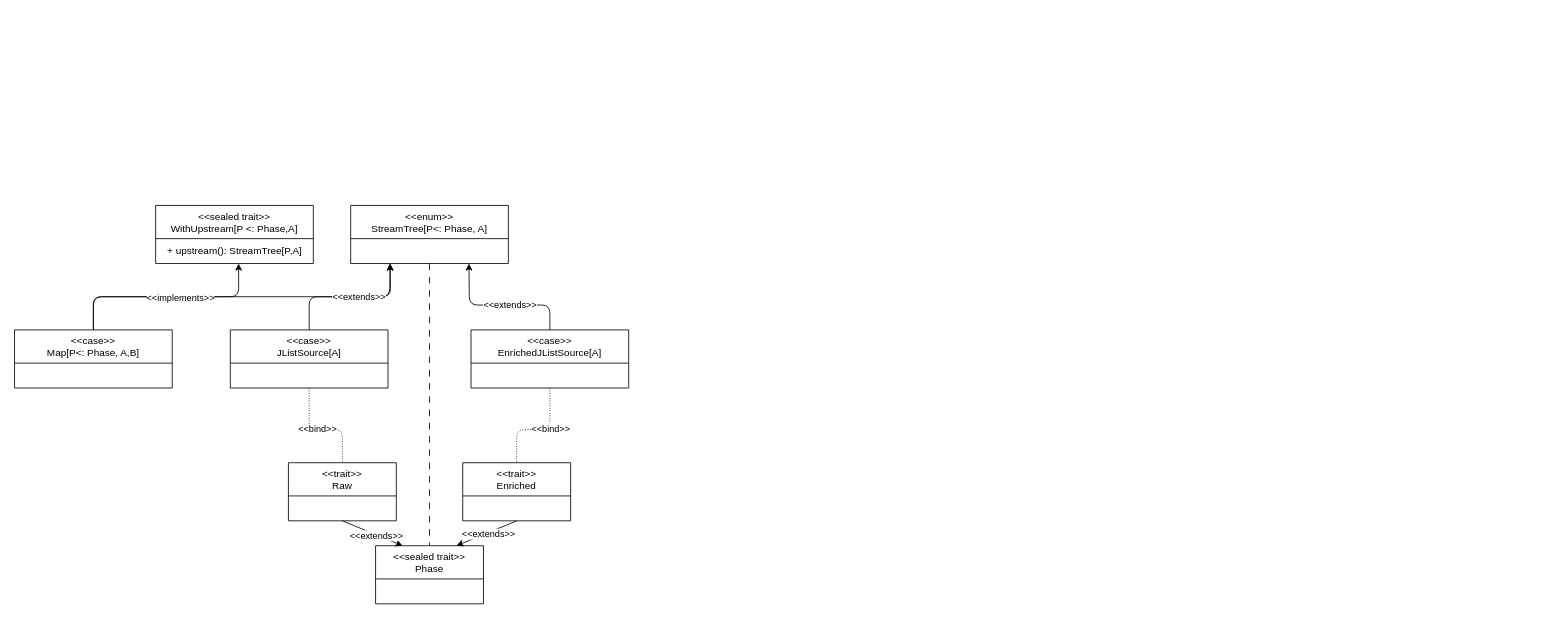
Above: relazione/drawio/streamIr.drawio in leorm2002/stream-fusion (draw.io), before the change. Source tidied: cells renumbered, new cells numbered last; positions are measured from the earlier drawing's top-left corner, leaving out a move shared by most shapes. Both pictures are drawn from the tidied source at 83%, with x=0, y=0 at pixel (14, 205).
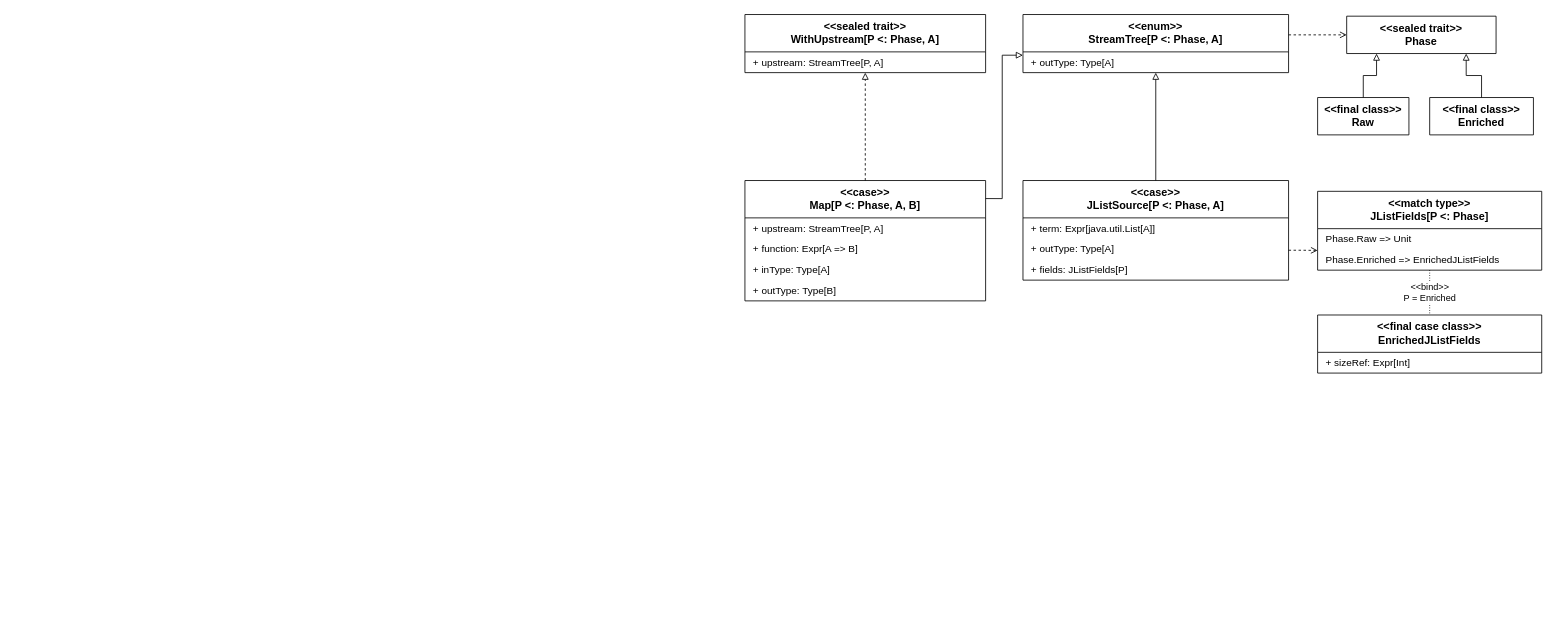
The same diagram, later.

The edit, as a diff of the source:
```diff
@@
-    <mxCell id="2" value="&amp;lt;&amp;lt;sealed trait&amp;gt;&amp;gt;&lt;br&gt;WithUpstream[P &amp;lt;: Phase,A]" style="swimlane;fontStyle=0;align=center;verticalAlign=top;horizontal=1;startSize=40;html=1;whiteSpace=wrap;" parent="1" vertex="1">
-      <mxGeometry x="170" width="190" height="70" as="geometry" />
+    <mxCell id="2" value="&amp;lt;&amp;lt;sealed trait&amp;gt;&amp;gt;&lt;br&gt;&lt;b&gt;WithUpstream[P &amp;lt;: Phase, A]&lt;/b&gt;" style="swimlane;html=1;whiteSpace=wrap;startSize=45;horizontal=1;align=center;verticalAlign=top;fontSize=13;fillColor=#ffffff;strokeColor=#000000;" parent="1" vertex="1">
+      <mxGeometry x="880" y="-230" width="290" height="70" as="geometry" />
     </mxCell>
-    <mxCell id="3" value="+ upstream(): StreamTree[P,A]" style="text;html=1;align=center;verticalAlign=middle;strokeColor=none;fillColor=none;" parent="2" vertex="1">
-      <mxGeometry y="40" width="190" height="30" as="geometry" />
-    </mxCell>
+    <mxCell id="5" value="+ upstream: StreamTree[P, A]" style="text;html=1;whiteSpace=wrap;align=left;verticalAlign=middle;spacingLeft=8;spacingRight=8;strokeColor=none;fillColor=none;fontSize=12;" parent="2" vertex="1">
+      <mxGeometry y="45" width="290" height="25" as="geometry" />
+    </mxCell>
+    <mxCell id="10" value="&amp;lt;&amp;lt;enum&amp;gt;&amp;gt;&lt;br&gt;&lt;b&gt;StreamTree[P &amp;lt;: Phase, A]&lt;/b&gt;" style="swimlane;html=1;whiteSpace=wrap;startSize=45;horizontal=1;align=center;verticalAlign=top;fontSize=13;fillColor=#ffffff;strokeColor=#000000;" parent="1" vertex="1">
+      <mxGeometry x="1215" y="-230" width="320" height="70" as="geometry" />
+    </mxCell>
+    <mxCell id="11" value="+ outType: Type[A]" style="text;html=1;whiteSpace=wrap;align=left;verticalAlign=middle;spacingLeft=8;spacingRight=8;strokeColor=none;fillColor=none;fontSize=12;" parent="10" vertex="1">
+      <mxGeometry y="45" width="320" height="25" as="geometry" />
+    </mxCell>
+    <mxCell id="27" value="&amp;lt;&amp;lt;sealed trait&amp;gt;&amp;gt;&lt;br&gt;&lt;b&gt;Phase&lt;/b&gt;" style="swimlane;html=1;whiteSpace=wrap;startSize=45;horizontal=1;align=center;verticalAlign=top;fontSize=13;fillColor=#ffffff;strokeColor=#000000;" parent="1" vertex="1">
+      <mxGeometry x="1605" y="-228" width="180" height="45" as="geometry" />
+    </mxCell>
+    <mxCell id="28" value="&amp;lt;&amp;lt;final class&amp;gt;&amp;gt;&lt;br&gt;&lt;b&gt;Raw&lt;/b&gt;" style="swimlane;html=1;whiteSpace=wrap;startSize=45;horizontal=1;align=center;verticalAlign=top;fontSize=13;fillColor=#ffffff;strokeColor=#000000;" parent="1" vertex="1">
+      <mxGeometry x="1570" y="-130" width="110" height="45" as="geometry" />
+    </mxCell>
+    <mxCell id="29" value="&amp;lt;&amp;lt;final class&amp;gt;&amp;gt;&lt;br&gt;&lt;b&gt;Enriched&lt;/b&gt;" style="swimlane;html=1;whiteSpace=wrap;startSize=45;horizontal=1;align=center;verticalAlign=top;fontSize=13;fillColor=#ffffff;strokeColor=#000000;" parent="1" vertex="1">
+      <mxGeometry x="1705" y="-130" width="125" height="45" as="geometry" />
+    </mxCell>
+    <mxCell id="14" value="&amp;lt;&amp;lt;case&amp;gt;&amp;gt;&lt;br&gt;&lt;b&gt;Map[P &amp;lt;: Phase, A, B]&lt;/b&gt;" style="swimlane;html=1;whiteSpace=wrap;startSize=45;horizontal=1;align=center;verticalAlign=top;fontSize=13;fillColor=#ffffff;strokeColor=#000000;" parent="1" vertex="1">
+      <mxGeometry x="880" y="-30" width="290" height="145" as="geometry" />
+    </mxCell>
+    <mxCell id="17" value="+ upstream: StreamTree[P, A]" style="text;html=1;whiteSpace=wrap;align=left;verticalAlign=middle;spacingLeft=8;spacingRight=8;strokeColor=none;fillColor=none;fontSize=12;" parent="14" vertex="1">
+      <mxGeometry y="45" width="290" height="25" as="geometry" />
+    </mxCell>
-    <mxCell id="4" style="edgeStyle=none;html=1;exitX=0.5;exitY=1;exitDx=0;exitDy=0;dashed=1;dashPattern=8 8;endArrow=none;endFill=0;" parent="1" edge="1" source="5" target="11">
-      <mxGeometry relative="1" as="geometry" />
+    <mxCell id="4" value="+ function: Expr[A =&amp;gt; B]" style="text;html=1;whiteSpace=wrap;align=left;verticalAlign=middle;spacingLeft=8;spacingRight=8;strokeColor=none;fillColor=none;fontSize=12;" parent="14" vertex="1">
+      <mxGeometry y="70" width="290" height="25" as="geometry" />
     </mxCell>
-    <mxCell id="5" value="&amp;lt;&amp;lt;enum&amp;gt;&amp;gt;&lt;br&gt;StreamTree[P&amp;lt;: Phase, A]" style="swimlane;fontStyle=0;align=center;verticalAlign=top;horizontal=1;startSize=40;html=1;whiteSpace=wrap;" parent="1" vertex="1">
-      <mxGeometry x="405" width="190" height="70" as="geometry" />
-    </mxCell>
+    <mxCell id="30" value="+ inType: Type[A]" style="text;html=1;whiteSpace=wrap;align=left;verticalAlign=middle;spacingLeft=8;spacingRight=8;strokeColor=none;fillColor=none;fontSize=12;" parent="14" vertex="1">
+      <mxGeometry y="95" width="290" height="25" as="geometry" />
+    </mxCell>
+    <mxCell id="21" value="+ outType: Type[B]" style="text;html=1;whiteSpace=wrap;align=left;verticalAlign=middle;spacingLeft=8;spacingRight=8;strokeColor=none;fillColor=none;fontSize=12;" parent="14" vertex="1">
+      <mxGeometry y="120" width="290" height="25" as="geometry" />
+    </mxCell>
+    <mxCell id="26" value="&amp;lt;&amp;lt;case&amp;gt;&amp;gt;&lt;br&gt;&lt;b&gt;JListSource[P &amp;lt;: Phase, A]&lt;/b&gt;" style="swimlane;html=1;whiteSpace=wrap;startSize=45;horizontal=1;align=center;verticalAlign=top;fontSize=13;fillColor=#ffffff;strokeColor=#000000;" parent="1" vertex="1">
+      <mxGeometry x="1215" y="-30" width="320" height="120" as="geometry" />
+    </mxCell>
+    <mxCell id="22" value="+ term: Expr[java.util.List[A]]" style="text;html=1;whiteSpace=wrap;align=left;verticalAlign=middle;spacingLeft=8;spacingRight=8;strokeColor=none;fillColor=none;fontSize=12;" parent="26" vertex="1">
+      <mxGeometry y="45" width="320" height="25" as="geometry" />
+    </mxCell>
+    <mxCell id="31" value="+ outType: Type[A]" style="text;html=1;whiteSpace=wrap;align=left;verticalAlign=middle;spacingLeft=8;spacingRight=8;strokeColor=none;fillColor=none;fontSize=12;" parent="26" vertex="1">
+      <mxGeometry y="70" width="320" height="25" as="geometry" />
+    </mxCell>
+    <mxCell id="32" value="+ fields: JListFields[P]" style="text;html=1;whiteSpace=wrap;align=left;verticalAlign=middle;spacingLeft=8;spacingRight=8;strokeColor=none;fillColor=none;fontSize=12;" parent="26" vertex="1">
+      <mxGeometry y="95" width="320" height="25" as="geometry" />
+    </mxCell>
+    <mxCell id="33" value="&amp;lt;&amp;lt;match type&amp;gt;&amp;gt;&lt;br&gt;&lt;b&gt;JListFields[P &amp;lt;: Phase]&lt;/b&gt;" style="swimlane;html=1;whiteSpace=wrap;startSize=45;horizontal=1;align=center;verticalAlign=top;fontSize=13;fillColor=#ffffff;strokeColor=#000000;" parent="1" vertex="1">
+      <mxGeometry x="1570" y="-17" width="270" height="95" as="geometry" />
+    </mxCell>
-    <mxCell id="6" style="edgeStyle=none;html=1;entryX=0.5;entryY=0;entryDx=0;entryDy=0;endArrow=none;endFill=0;dashed=1;dashPattern=1 2;" parent="1" edge="1" source="10" target="17">
-      <mxGeometry relative="1" as="geometry">
-        <Array as="points">
-          <mxPoint x="645" y="270" />
-          <mxPoint x="605" y="270" />
-        </Array>
-      </mxGeometry>
+    <mxCell id="6" value="Phase.Raw =&amp;gt; Unit" style="text;html=1;whiteSpace=wrap;align=left;verticalAlign=middle;spacingLeft=8;spacingRight=8;strokeColor=none;fillColor=none;fontSize=12;" parent="33" vertex="1">
+      <mxGeometry y="45" width="270" height="25" as="geometry" />
     </mxCell>
-    <mxCell id="7" value="&amp;lt;&amp;lt;bind&amp;gt;&amp;gt;" style="edgeLabel;html=1;align=center;verticalAlign=middle;" parent="6" vertex="1">
-      <mxGeometry x="-0.22" y="-2" relative="1" as="geometry">
-        <mxPoint x="1" as="offset" />
-      </mxGeometry>
+    <mxCell id="7" value="Phase.Enriched =&amp;gt; EnrichedJListFields" style="text;html=1;whiteSpace=wrap;align=left;verticalAlign=middle;spacingLeft=8;spacingRight=8;strokeColor=none;fillColor=none;fontSize=12;" parent="33" vertex="1">
+      <mxGeometry y="70" width="270" height="25" as="geometry" />
     </mxCell>
+    <mxCell id="15" value="&amp;lt;&amp;lt;final case class&amp;gt;&amp;gt;&lt;br&gt;&lt;b&gt;EnrichedJListFields&lt;/b&gt;" style="swimlane;html=1;whiteSpace=wrap;startSize=45;horizontal=1;align=center;verticalAlign=top;fontSize=13;fillColor=#ffffff;strokeColor=#000000;" parent="1" vertex="1">
+      <mxGeometry x="1570" y="132" width="270" height="70" as="geometry" />
+    </mxCell>
+    <mxCell id="34" value="+ sizeRef: Expr[Int]" style="text;html=1;whiteSpace=wrap;align=left;verticalAlign=middle;spacingLeft=8;spacingRight=8;strokeColor=none;fillColor=none;fontSize=12;" parent="15" vertex="1">
+      <mxGeometry y="45" width="270" height="25" as="geometry" />
+    </mxCell>
+    <mxCell id="12" style="edgeStyle=orthogonalEdgeStyle;rounded=0;html=1;fontSize=11;labelBackgroundColor=#ffffff;dashed=1;endArrow=open;endFill=0;exitX=1;exitY=0.35;entryX=0;entryY=0.5;" parent="1" edge="1" source="10" target="27">
+      <mxGeometry relative="1" as="geometry" />
+    </mxCell>
+    <mxCell id="35" style="edgeStyle=orthogonalEdgeStyle;rounded=0;html=1;fontSize=11;labelBackgroundColor=#ffffff;endArrow=block;endFill=0;exitX=0.5;exitY=0;entryX=0.2;entryY=1;" parent="1" edge="1" source="28" target="27">
+      <mxGeometry relative="1" as="geometry" />
+    </mxCell>
+    <mxCell id="13" style="edgeStyle=orthogonalEdgeStyle;rounded=0;html=1;fontSize=11;labelBackgroundColor=#ffffff;endArrow=block;endFill=0;exitX=0.5;exitY=0;entryX=0.8;entryY=1;" parent="1" edge="1" source="29" target="27">
+      <mxGeometry relative="1" as="geometry" />
+    </mxCell>
-    <mxCell id="8" style="edgeStyle=none;html=1;entryX=0.75;entryY=1;entryDx=0;entryDy=0;" parent="1" edge="1" source="10" target="5">
+    <mxCell id="8" style="edgeStyle=orthogonalEdgeStyle;rounded=0;html=1;fontSize=11;labelBackgroundColor=#ffffff;endArrow=block;endFill=0;exitX=1;exitY=0.15;entryX=0;entryY=0.7;" parent="1" edge="1" source="14" target="10">
       <mxGeometry relative="1" as="geometry">
         <Array as="points">
-          <mxPoint x="645" y="120" />
-          <mxPoint x="548" y="120" />
+          <mxPoint x="1190" y="-8" />
+          <mxPoint x="1190" y="-181" />
         </Array>
       </mxGeometry>
     </mxCell>
+    <mxCell id="23" style="edgeStyle=orthogonalEdgeStyle;rounded=0;html=1;fontSize=11;labelBackgroundColor=#ffffff;endArrow=block;endFill=0;dashed=1;exitX=0.5;exitY=0;entryX=0.5;entryY=1;" parent="1" edge="1" source="14" target="2">
+      <mxGeometry relative="1" as="geometry" />
+    </mxCell>
+    <mxCell id="18" style="edgeStyle=orthogonalEdgeStyle;rounded=0;html=1;fontSize=11;labelBackgroundColor=#ffffff;endArrow=block;endFill=0;exitX=0.5;exitY=0;entryX=0.5;entryY=1;" parent="1" edge="1" source="26" target="10">
+      <mxGeometry relative="1" as="geometry" />
+    </mxCell>
+    <mxCell id="24" style="edgeStyle=orthogonalEdgeStyle;rounded=0;html=1;fontSize=11;labelBackgroundColor=#ffffff;dashed=1;endArrow=open;endFill=0;exitX=1;exitY=0.7;entryX=0;entryY=0.75;" parent="1" edge="1" source="26" target="33">
+      <mxGeometry relative="1" as="geometry" />
+    </mxCell>
-    <mxCell id="9" value="&amp;lt;&amp;lt;extends&amp;gt;&amp;gt;" style="edgeLabel;html=1;align=center;verticalAlign=middle;" parent="8" vertex="1">
-      <mxGeometry x="-0.11" y="-1" relative="1" as="geometry" />
+    <mxCell id="9" value="&amp;lt;&amp;lt;bind&amp;gt;&amp;gt;&lt;br&gt;P = Enriched" style="edgeStyle=orthogonalEdgeStyle;rounded=0;html=1;fontSize=11;labelBackgroundColor=#ffffff;dashed=1;endArrow=none;endFill=0;exitX=0.5;exitY=1;entryX=0.5;entryY=0;dashPattern=1 2;" parent="1" edge="1" source="33" target="15">
+      <mxGeometry relative="1" as="geometry" />
     </mxCell>
-    <mxCell id="10" value="&amp;lt;&amp;lt;case&amp;gt;&amp;gt;&lt;br&gt;EnrichedJListSource[A]" style="swimlane;fontStyle=0;align=center;verticalAlign=top;horizontal=1;startSize=40;html=1;whiteSpace=wrap;" parent="1" vertex="1">
-      <mxGeometry x="550" y="150" width="190" height="70" as="geometry" />
-    </mxCell>
-    <mxCell id="11" value="&amp;lt;&amp;lt;sealed trait&amp;gt;&amp;gt;&lt;br&gt;Phase" style="swimlane;fontStyle=0;align=center;verticalAlign=top;horizontal=1;startSize=40;html=1;whiteSpace=wrap;" parent="1" vertex="1">
-      <mxGeometry x="435" y="410" width="130" height="70" as="geometry" />
-    </mxCell>
-    <mxCell id="12" style="edgeStyle=none;html=1;exitX=0.5;exitY=1;exitDx=0;exitDy=0;entryX=0.25;entryY=0;entryDx=0;entryDy=0;" parent="1" edge="1" source="14" target="11">
-      <mxGeometry relative="1" as="geometry" />
-    </mxCell>
-    <mxCell id="13" value="&amp;lt;&amp;lt;extends&amp;gt;&amp;gt;" style="edgeLabel;html=1;align=center;verticalAlign=middle;" parent="12" vertex="1">
-      <mxGeometry x="0.12" y="-1" relative="1" as="geometry" />
-    </mxCell>
-    <mxCell id="14" value="&amp;lt;&amp;lt;trait&amp;gt;&amp;gt;&lt;br&gt;Raw" style="swimlane;fontStyle=0;align=center;verticalAlign=top;horizontal=1;startSize=40;html=1;whiteSpace=wrap;" parent="1" vertex="1">
-      <mxGeometry x="330" y="310" width="130" height="70" as="geometry" />
-    </mxCell>
-    <mxCell id="15" style="edgeStyle=none;html=1;exitX=0.5;exitY=1;exitDx=0;exitDy=0;entryX=0.75;entryY=0;entryDx=0;entryDy=0;" parent="1" edge="1" source="17" target="11">
-      <mxGeometry relative="1" as="geometry" />
-    </mxCell>
-    <mxCell id="16" value="&amp;lt;&amp;lt;extends&amp;gt;&amp;gt;" style="edgeLabel;html=1;align=center;verticalAlign=middle;" parent="15" vertex="1">
-      <mxGeometry x="-0.03" y="1" relative="1" as="geometry" />
-    </mxCell>
-    <mxCell id="17" value="&amp;lt;&amp;lt;trait&amp;gt;&amp;gt;&lt;br&gt;Enriched" style="swimlane;fontStyle=0;align=center;verticalAlign=top;horizontal=1;startSize=40;html=1;whiteSpace=wrap;" parent="1" vertex="1">
-      <mxGeometry x="540" y="310" width="130" height="70" as="geometry" />
-    </mxCell>
-    <mxCell id="18" style="edgeStyle=none;html=1;entryX=0.25;entryY=1;entryDx=0;entryDy=0;" parent="1" edge="1" source="21" target="5">
-      <mxGeometry relative="1" as="geometry">
-        <Array as="points">
-          <mxPoint x="355" y="110" />
-          <mxPoint x="452" y="110" />
-        </Array>
-      </mxGeometry>
-    </mxCell>
-    <mxCell id="19" style="edgeStyle=none;html=1;exitX=0.5;exitY=1;exitDx=0;exitDy=0;entryX=0.5;entryY=0;entryDx=0;entryDy=0;dashed=1;dashPattern=1 2;endArrow=none;endFill=0;" parent="1" edge="1" source="21" target="14">
-      <mxGeometry relative="1" as="geometry">
-        <Array as="points">
-          <mxPoint x="355" y="270" />
-          <mxPoint x="395" y="270" />
-        </Array>
-      </mxGeometry>
-    </mxCell>
-    <mxCell id="20" value="&amp;lt;&amp;lt;bind&amp;gt;&amp;gt;" style="edgeLabel;html=1;align=center;verticalAlign=middle;" parent="19" vertex="1">
-      <mxGeometry x="-0.1" y="1" relative="1" as="geometry" />
-    </mxCell>
-    <mxCell id="21" value="&amp;lt;&amp;lt;case&amp;gt;&amp;gt;&lt;br&gt;JListSource[A]" style="swimlane;fontStyle=0;align=center;verticalAlign=top;horizontal=1;startSize=40;html=1;whiteSpace=wrap;" parent="1" vertex="1">
-      <mxGeometry x="260" y="150" width="190" height="70" as="geometry" />
-    </mxCell>
-    <mxCell id="22" style="edgeStyle=none;html=1;" parent="1" edge="1" source="26">
-      <mxGeometry relative="1" as="geometry">
-        <mxPoint x="270" y="70" as="targetPoint" />
-        <Array as="points">
-          <mxPoint x="95" y="110" />
-          <mxPoint x="270" y="110" />
-        </Array>
-      </mxGeometry>
-    </mxCell>
-    <mxCell id="23" style="edgeStyle=none;html=1;entryX=0.25;entryY=1;entryDx=0;entryDy=0;" parent="1" edge="1" source="26" target="5">
-      <mxGeometry relative="1" as="geometry">
-        <Array as="points">
-          <mxPoint x="95" y="110" />
-          <mxPoint x="453" y="110" />
-        </Array>
-      </mxGeometry>
-    </mxCell>
-    <mxCell id="24" value="&amp;lt;&amp;lt;extends&amp;gt;&amp;gt;" style="edgeLabel;html=1;align=center;verticalAlign=middle;" parent="23" vertex="1">
-      <mxGeometry x="0.64" relative="1" as="geometry" />
-    </mxCell>
-    <mxCell id="25" value="&lt;span style=&quot;color: rgb(0, 0, 0);&quot;&gt;&amp;lt;&amp;lt;implements&amp;gt;&amp;gt;&lt;/span&gt;" style="edgeLabel;html=1;align=center;verticalAlign=middle;" parent="23" vertex="1">
-      <mxGeometry x="-0.25" y="-1" relative="1" as="geometry">
-        <mxPoint x="-20" as="offset" />
-      </mxGeometry>
-    </mxCell>
-    <mxCell id="26" value="&amp;lt;&amp;lt;case&amp;gt;&amp;gt;&lt;br&gt;Map[P&amp;lt;: Phase, A,B]" style="swimlane;fontStyle=0;align=center;verticalAlign=top;horizontal=1;startSize=40;html=1;whiteSpace=wrap;" parent="1" vertex="1">
-      <mxGeometry y="150" width="190" height="70" as="geometry" />
-    </mxCell>
```
